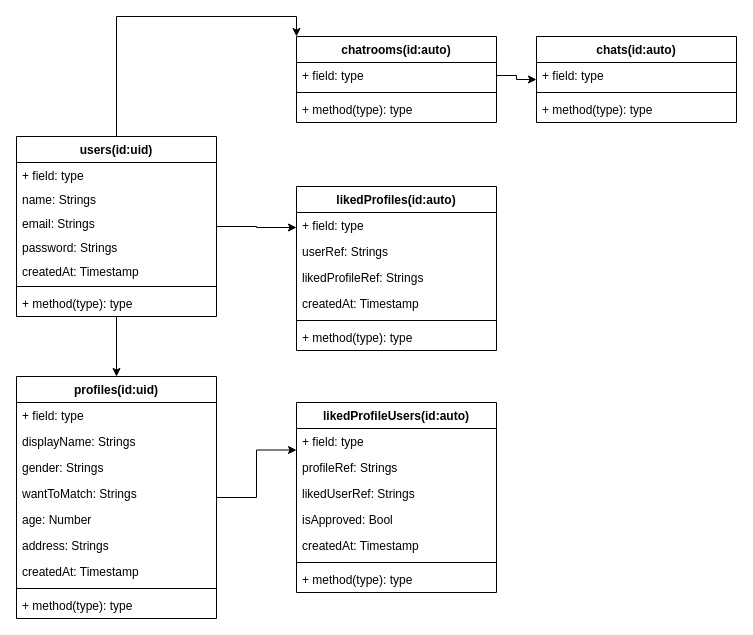
This is store/firestore.drawio from KoheiB/my-matching-app, a draw.io file, before an edit. Source tidied: cells renumbered, new cells numbered last; positions are measured from the earlier drawing's top-left corner, leaving out a move shared by most shapes. Both pictures are drawn from the tidied source at 100%, with x=0, y=0 at pixel (16, 36).
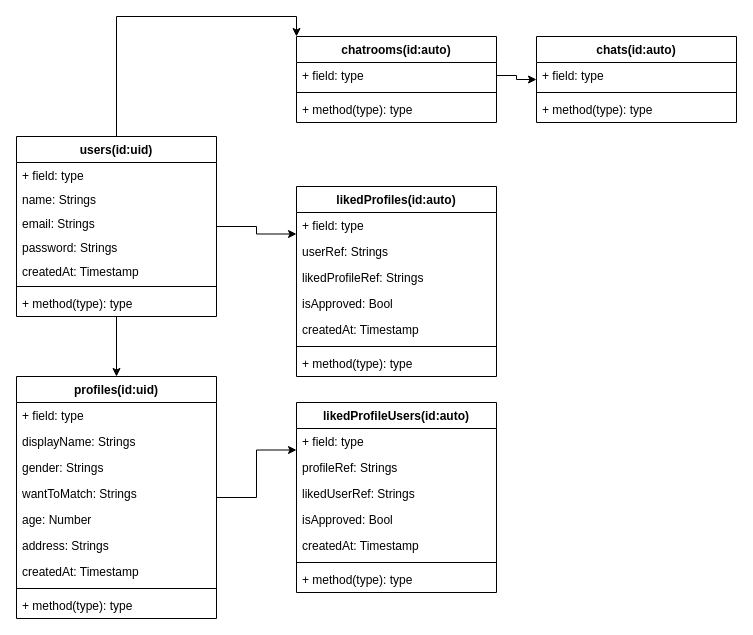
After the change.

Diff of the diagram source:
```diff
@@
     <mxCell id="33" value="likedProfiles(id:auto)" style="swimlane;fontStyle=1;align=center;verticalAlign=top;horizontal=1;startSize=26;" parent="1" vertex="1">
-      <mxGeometry x="280" y="150" width="200" height="164" as="geometry" />
+      <mxGeometry x="280" y="150" width="200" height="190" as="geometry" />
     </mxCell>
@@
+    <mxCell id="48" value="isApproved: Bool" style="text;strokeColor=none;fillColor=none;align=left;verticalAlign=top;spacingLeft=4;spacingRight=4;overflow=hidden;" parent="33" vertex="1">
+      <mxGeometry y="104" width="200" height="26" as="geometry" />
+    </mxCell>
     <mxCell id="37" value="createdAt: Timestamp" style="text;strokeColor=none;fillColor=none;align=left;verticalAlign=top;spacingLeft=4;spacingRight=4;overflow=hidden;" parent="33" vertex="1">
-      <mxGeometry y="104" width="200" height="26" as="geometry" />
+      <mxGeometry y="130" width="200" height="26" as="geometry" />
     </mxCell>
     <mxCell id="38" style="line;strokeWidth=1;fillColor=none;align=left;verticalAlign=middle;spacingTop=-1;spacingLeft=3;spacingRight=3;labelPosition=right;" parent="33" vertex="1">
-      <mxGeometry y="130" width="200" height="8" as="geometry" />
+      <mxGeometry y="156" width="200" height="8" as="geometry" />
     </mxCell>
     <mxCell id="39" value="+ method(type): type" style="text;strokeColor=none;fillColor=none;align=left;verticalAlign=top;spacingLeft=4;spacingRight=4;overflow=hidden;" parent="33" vertex="1">
-      <mxGeometry y="138" width="200" height="26" as="geometry" />
+      <mxGeometry y="164" width="200" height="26" as="geometry" />
     </mxCell>
```
